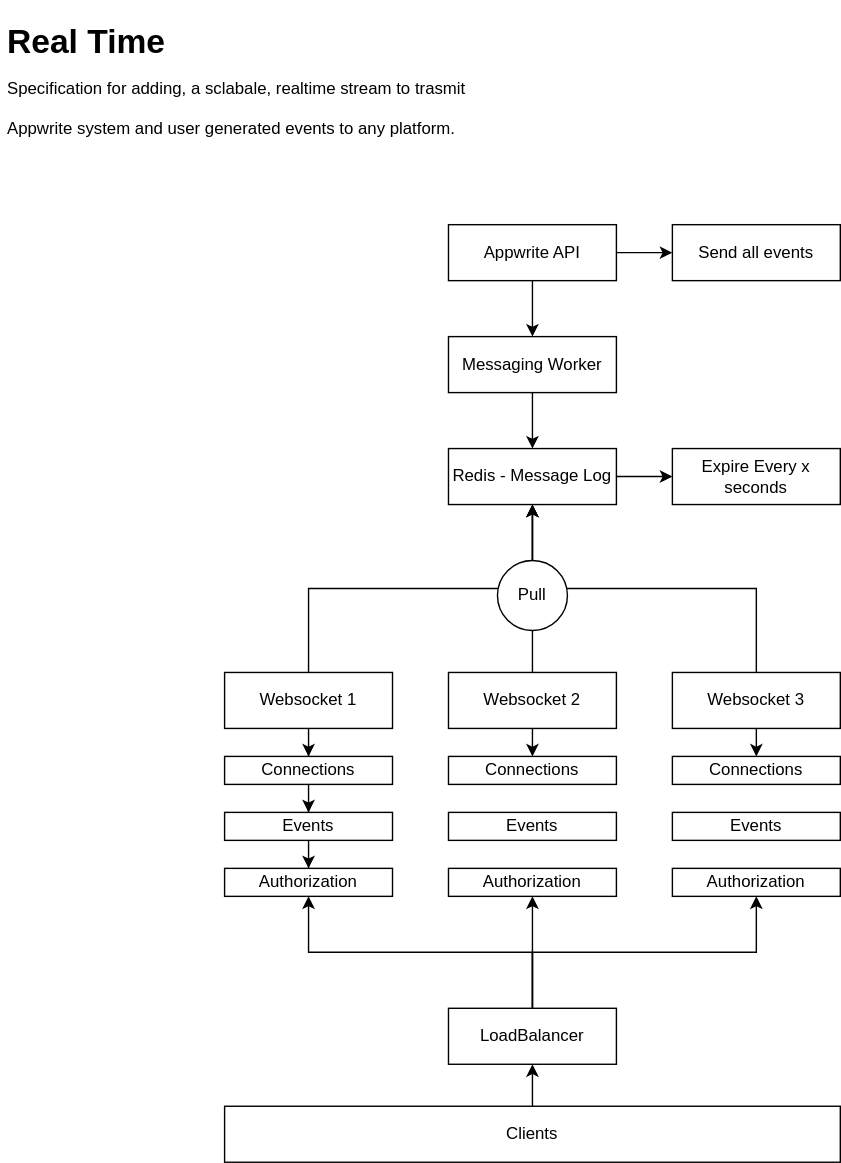
Before: docs/specs/realtime.drawio.svg, a diagram exported from draw.io (silverknight59222/appwrite). Source tidied: cells renumbered, new cells last; positions are measured from the earlier drawing's top-left corner, leaving out a move shared by most shapes.
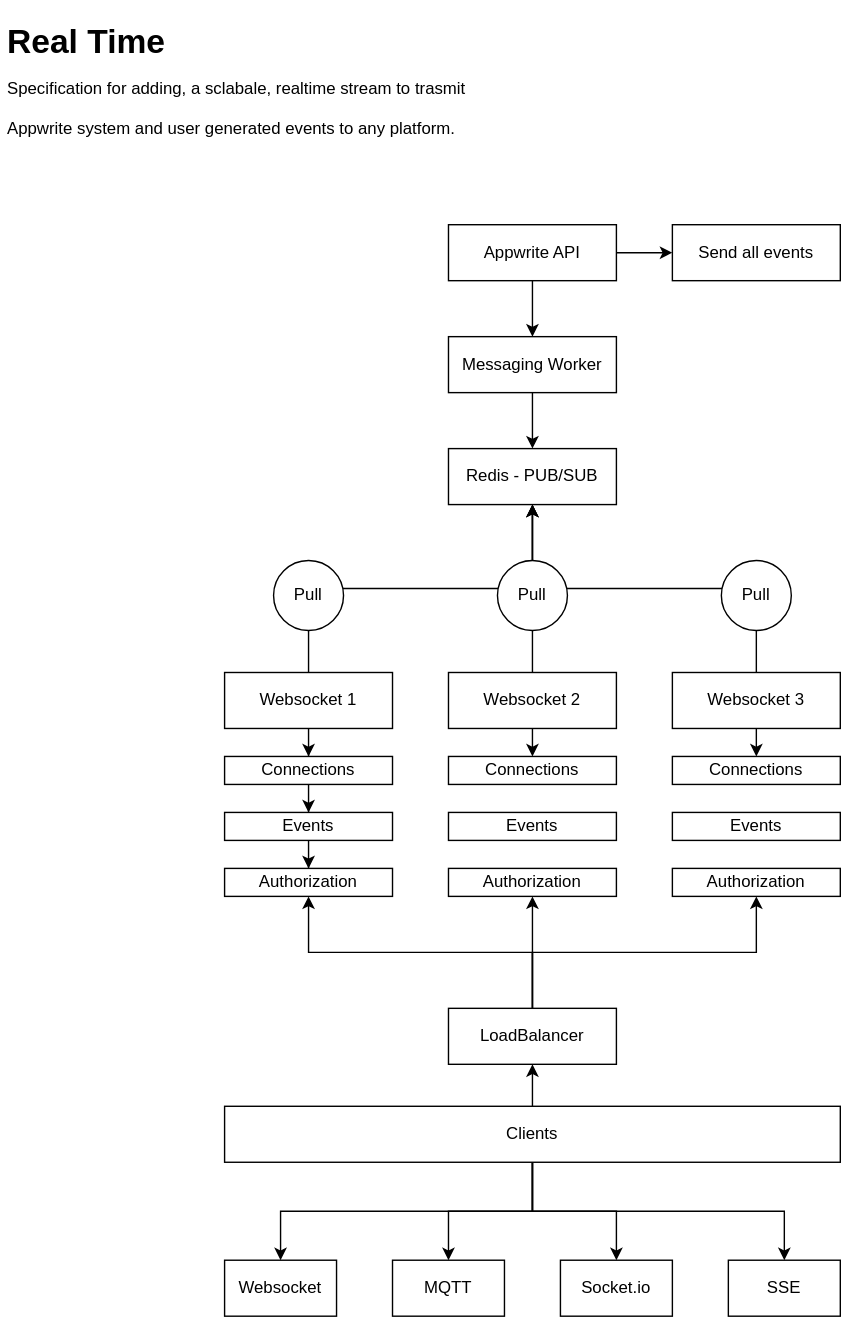
The same file after the commit.

Diff of the diagram source:
```diff
@@ -20,15 +20,9 @@
     <mxCell id="7" value="Messaging Worker" style="rounded=0;whiteSpace=wrap;html=1;" parent="1" vertex="1">
       <mxGeometry x="320" y="230" width="120" height="40" as="geometry" />
     </mxCell>
-    <mxCell id="8" style="edgeStyle=orthogonalEdgeStyle;rounded=0;jettySize=auto;html=1;" parent="1" edge="1" source="9" target="10">
-      <mxGeometry relative="1" as="geometry" />
-    </mxCell>
-    <mxCell id="9" value="Redis - Message Log" style="rounded=0;whiteSpace=wrap;html=1;" parent="1" vertex="1">
+    <mxCell id="9" value="Redis - PUB/SUB" style="rounded=0;whiteSpace=wrap;html=1;" parent="1" vertex="1">
       <mxGeometry x="320" y="310" width="120" height="40" as="geometry" />
     </mxCell>
-    <mxCell id="10" value="Expire Every x seconds" style="rounded=0;whiteSpace=wrap;html=1;" parent="1" vertex="1">
-      <mxGeometry x="480" y="310" width="120" height="40" as="geometry" />
-    </mxCell>
     <mxCell id="11" style="edgeStyle=orthogonalEdgeStyle;rounded=0;jettySize=auto;html=1;exitX=0.5;exitY=0;exitDx=0;exitDy=0;" parent="1" edge="1" source="13" target="9">
       <mxGeometry relative="1" as="geometry" />
     </mxCell>
@@ -97,6 +91,18 @@
     <mxCell id="32" style="edgeStyle=orthogonalEdgeStyle;rounded=0;jettySize=auto;html=1;" parent="1" edge="1" source="33" target="37">
       <mxGeometry relative="1" as="geometry" />
     </mxCell>
+    <mxCell id="39" style="edgeStyle=orthogonalEdgeStyle;rounded=0;jettySize=auto;html=1;" parent="1" edge="1" source="33" target="45">
+      <mxGeometry relative="1" as="geometry" />
+    </mxCell>
+    <mxCell id="40" style="edgeStyle=orthogonalEdgeStyle;rounded=0;jettySize=auto;html=1;exitX=0.5;exitY=1;exitDx=0;exitDy=0;entryX=0.5;entryY=0;entryDx=0;entryDy=0;" parent="1" edge="1" source="33" target="46">
+      <mxGeometry relative="1" as="geometry" />
+    </mxCell>
+    <mxCell id="41" style="edgeStyle=orthogonalEdgeStyle;rounded=0;jettySize=auto;html=1;exitX=0.5;exitY=1;exitDx=0;exitDy=0;entryX=0.5;entryY=0;entryDx=0;entryDy=0;" parent="1" edge="1" source="33" target="47">
+      <mxGeometry relative="1" as="geometry" />
+    </mxCell>
+    <mxCell id="42" style="edgeStyle=orthogonalEdgeStyle;rounded=0;jettySize=auto;html=1;exitX=0.5;exitY=1;exitDx=0;exitDy=0;entryX=0.5;entryY=0;entryDx=0;entryDy=0;" parent="1" edge="1" source="33" target="48">
+      <mxGeometry relative="1" as="geometry" />
+    </mxCell>
     <mxCell id="33" value="Clients" style="rounded=0;whiteSpace=wrap;html=1;" parent="1" vertex="1">
       <mxGeometry x="160" y="780" width="440" height="40" as="geometry" />
     </mxCell>
@@ -115,5 +121,23 @@
     <mxCell id="38" value="&lt;h1&gt;&lt;span&gt;Real Time&lt;br&gt;&lt;/span&gt;&lt;span style=&quot;font-size: 12px ; font-weight: normal&quot;&gt;Specification for adding, a sclabale, realtime stream to trasmit Appwrite system and user generated events to any platform.&lt;/span&gt;&lt;br&gt;&lt;/h1&gt;" style="text;html=1;spacing=5;spacingTop=-20;whiteSpace=wrap;overflow=hidden;rounded=0;labelBackgroundColor=none;" parent="1" vertex="1">
       <mxGeometry width="370" height="90" as="geometry" />
     </mxCell>
+    <mxCell id="43" value="Pull" style="ellipse;whiteSpace=wrap;html=1;" parent="1" vertex="1">
+      <mxGeometry x="195" y="390" width="50" height="50" as="geometry" />
+    </mxCell>
+    <mxCell id="44" value="Pull" style="ellipse;whiteSpace=wrap;html=1;" parent="1" vertex="1">
+      <mxGeometry x="515" y="390" width="50" height="50" as="geometry" />
+    </mxCell>
+    <mxCell id="45" value="Websocket" style="whiteSpace=wrap;html=1;rounded=0;" parent="1" vertex="1">
+      <mxGeometry x="160" y="890" width="80" height="40" as="geometry" />
+    </mxCell>
+    <mxCell id="46" value="MQTT" style="whiteSpace=wrap;html=1;rounded=0;" parent="1" vertex="1">
+      <mxGeometry x="280" y="890" width="80" height="40" as="geometry" />
+    </mxCell>
+    <mxCell id="47" value="Socket.io" style="whiteSpace=wrap;html=1;rounded=0;" parent="1" vertex="1">
+      <mxGeometry x="400" y="890" width="80" height="40" as="geometry" />
+    </mxCell>
+    <mxCell id="48" value="SSE" style="whiteSpace=wrap;html=1;rounded=0;" parent="1" vertex="1">
+      <mxGeometry x="520" y="890" width="80" height="40" as="geometry" />
+    </mxCell>
   </root>
 </mxGraphModel>
```
